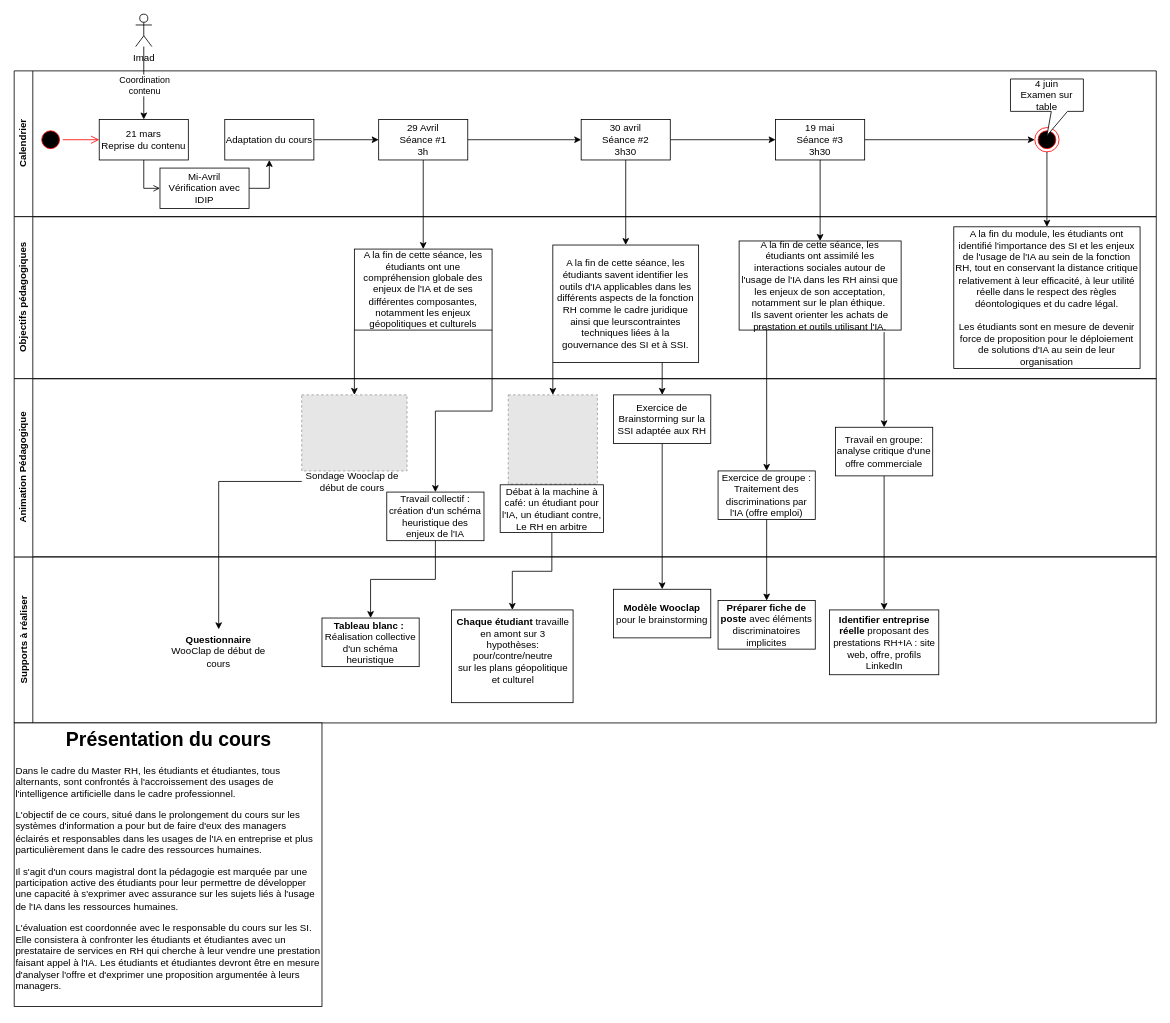
Earlier version of the draw.io diagram page "Page-1" (1 of 3) of Cours IA et RH.drawio (Fabrice-64/Drawings). Source tidied: cells renumbered, new cells numbered last; positions are measured from the earlier drawing's top-left corner, leaving out a move shared by most shapes. Both pictures are drawn from the tidied source at 81%, with x=0, y=0 at pixel (14, 14). Pictures stored in the file or linked from it are replaced by grey dashed boxes.
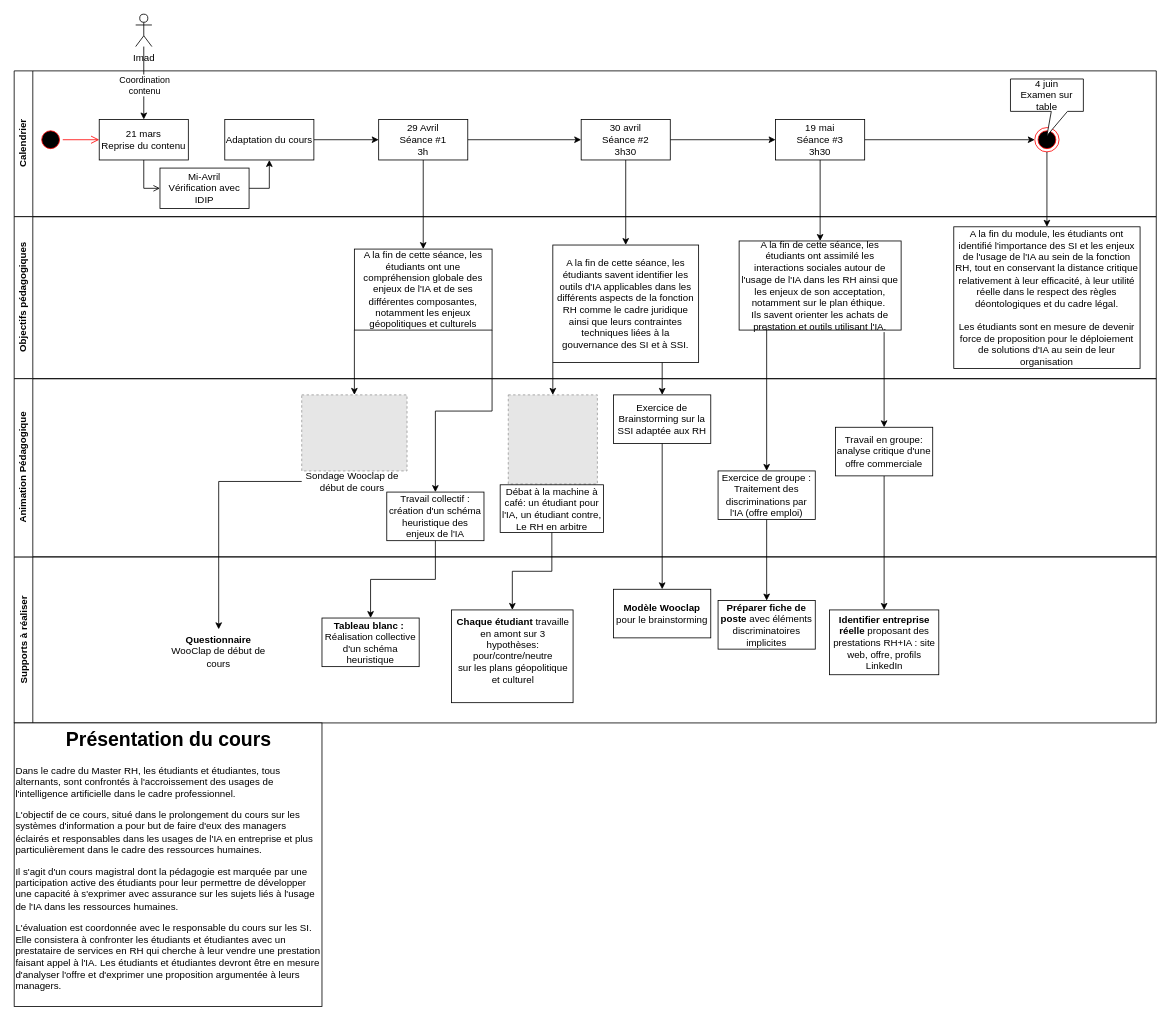
The same diagram, later.

Unchanged cells that the change refers to:
```xml
<mxCell id="26" value="Objectifs pédagogiques" style="swimlane;horizontal=0;whiteSpace=wrap;html=1;perimeterSpacing=1;" parent="1" vertex="1">
  <mxGeometry y="250" width="1410" height="200" as="geometry" />
</mxCell>
```

Change to the diagram source:
```diff
@@
-    <mxCell id="28" value="A la fin de cette séance, les étudiants savent identifier les outils d'IA applicables dans les différents aspects de la fonction RH comme le cadre juridique ainsi que leurscontraintes techniques liées à la gouvernance des SI et à SSI." style="html=1;whiteSpace=wrap;" parent="26" vertex="1">
+    <mxCell id="28" value="A la fin de cette séance, les étudiants savent identifier les outils d'IA applicables dans les différents aspects de la fonction RH comme le cadre juridique ainsi que leurs contraintes techniques liées à la gouvernance des SI et à SSI." style="html=1;whiteSpace=wrap;" parent="26" vertex="1">
       <mxGeometry x="665" y="35" width="180" height="145" as="geometry" />
     </mxCell>
```
